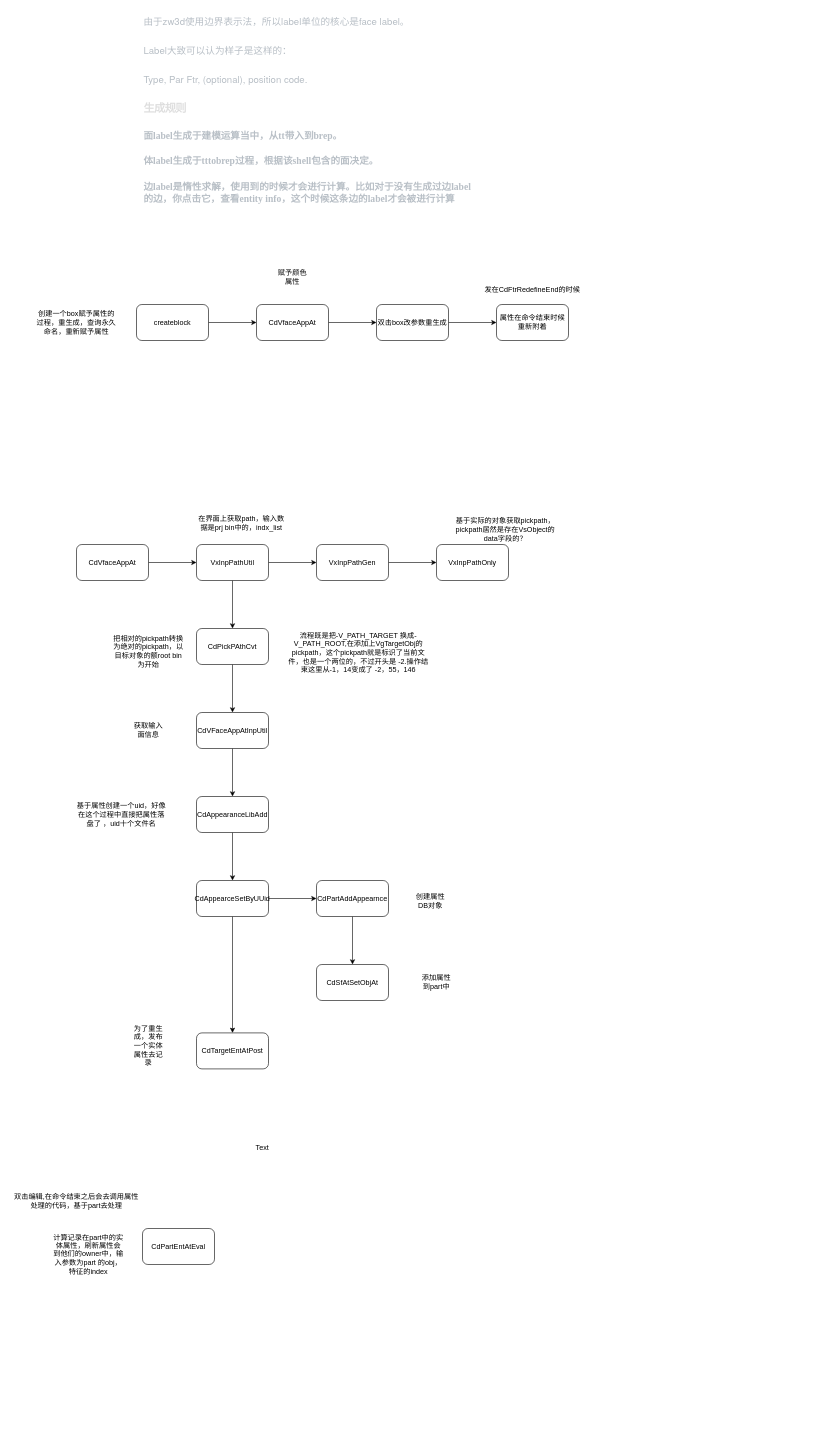
Above: 绘图记录/永久命名.drawio in studyrohan/BSpline_learn (draw.io), before the change. Source tidied: cells renumbered, new cells numbered last; positions are measured from the earlier drawing's top-left corner, leaving out a move shared by most shapes. Both pictures are drawn from the tidied source at 60%, with x=0, y=0 at pixel (10, 10).
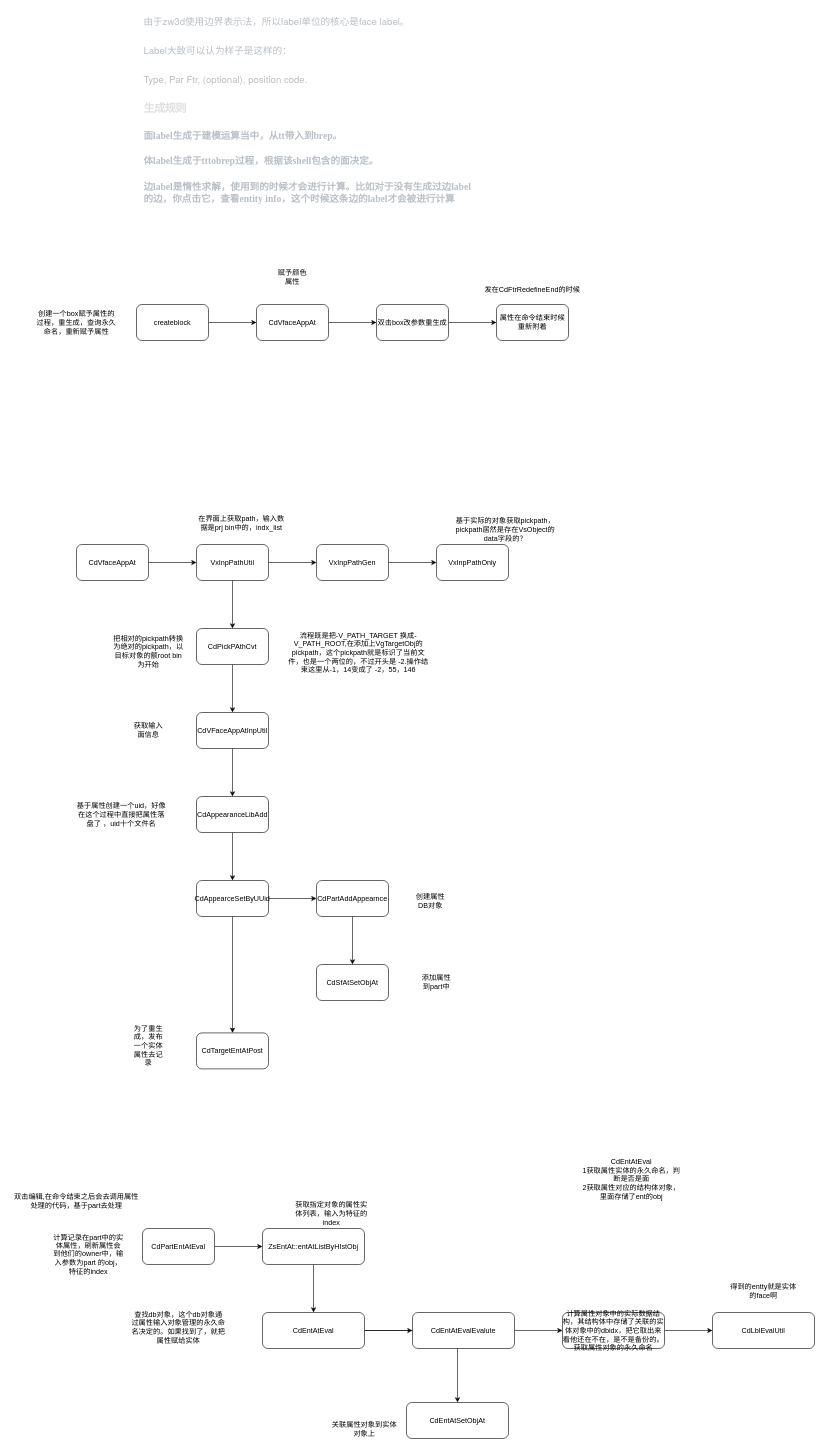
Above is the later version.

Commit message (it also covers changes not shown here):
更新永久命名.drawio

Unchanged cells that the change refers to:
```xml
<mxCell id="44" value="CdPartEntAtEval" style="rounded=1;whiteSpace=wrap;html=1;" parent="1" vertex="1">
  <mxGeometry x="220" y="2030" width="120" height="60" as="geometry" />
</mxCell>
```

Diff of the diagram source:
```diff
@@
+    <mxCell id="47" style="edgeStyle=orthogonalEdgeStyle;rounded=0;jettySize=auto;html=1;" parent="1" edge="1" source="44" target="49">
+      <mxGeometry relative="1" as="geometry" />
+    </mxCell>
@@
-    <mxCell id="45" value="Text" style="text;html=1;align=center;verticalAlign=middle;whiteSpace=wrap;rounded=0;" parent="1" vertex="1">
-      <mxGeometry x="390" y="1880" width="60" height="30" as="geometry" />
-    </mxCell>
@@
+    <mxCell id="48" style="edgeStyle=orthogonalEdgeStyle;rounded=0;jettySize=auto;html=1;" parent="1" edge="1" source="49" target="53">
+      <mxGeometry relative="1" as="geometry" />
+    </mxCell>
+    <mxCell id="49" value="ZsEntAt::entAtListByHIstObj" style="rounded=1;whiteSpace=wrap;html=1;" parent="1" vertex="1">
+      <mxGeometry x="420" y="2030" width="170" height="60" as="geometry" />
+    </mxCell>
+    <mxCell id="50" value="获取指定对象的属性实体列表，输入为特征的index" style="text;html=1;align=center;verticalAlign=middle;whiteSpace=wrap;rounded=0;" parent="1" vertex="1">
+      <mxGeometry x="470" y="1990" width="130" height="30" as="geometry" />
+    </mxCell>
+    <mxCell id="51" style="edgeStyle=orthogonalEdgeStyle;rounded=0;jettySize=auto;html=1;" parent="1" edge="1" source="53" target="57">
+      <mxGeometry relative="1" as="geometry" />
+    </mxCell>
+    <mxCell id="52" style="edgeStyle=orthogonalEdgeStyle;rounded=0;jettySize=auto;html=1;" parent="1" edge="1" source="53" target="58">
+      <mxGeometry relative="1" as="geometry" />
+    </mxCell>
+    <mxCell id="53" value="CdEntAtEval" style="rounded=1;whiteSpace=wrap;html=1;" parent="1" vertex="1">
+      <mxGeometry x="420" y="2170" width="170" height="60" as="geometry" />
+    </mxCell>
+    <mxCell id="54" value="查找db对象，这个db对象通过属性输入对象管理的永久命名决定的。如果找到了，就把属性赋给实体" style="text;html=1;align=center;verticalAlign=middle;whiteSpace=wrap;rounded=0;" parent="1" vertex="1">
+      <mxGeometry x="200" y="2180" width="160" height="30" as="geometry" />
+    </mxCell>
+    <mxCell id="55" value="CdEntAtEval&lt;div&gt;1获取属性实体的永久命名，判断是否是面&lt;/div&gt;&lt;div&gt;2获取属性对应的结构体对象，里面存储了ent的obj&lt;/div&gt;&lt;div&gt;&lt;br&gt;&lt;/div&gt;" style="text;html=1;align=center;verticalAlign=middle;whiteSpace=wrap;rounded=0;" parent="1" vertex="1">
+      <mxGeometry x="950" y="1900" width="170" height="110" as="geometry" />
+    </mxCell>
+    <mxCell id="56" style="edgeStyle=orthogonalEdgeStyle;rounded=0;jettySize=auto;html=1;" parent="1" edge="1" source="57" target="61">
+      <mxGeometry relative="1" as="geometry" />
+    </mxCell>
+    <mxCell id="57" value="CdEntAtEvalEvalute" style="rounded=1;whiteSpace=wrap;html=1;" parent="1" vertex="1">
+      <mxGeometry x="670" y="2170" width="170" height="60" as="geometry" />
+    </mxCell>
+    <mxCell id="58" value="CdEntAtSetObjAt" style="rounded=1;whiteSpace=wrap;html=1;" parent="1" vertex="1">
+      <mxGeometry x="660" y="2320" width="170" height="60" as="geometry" />
+    </mxCell>
+    <mxCell id="59" value="关联属性对象到实体对象上" style="text;html=1;align=center;verticalAlign=middle;whiteSpace=wrap;rounded=0;" parent="1" vertex="1">
+      <mxGeometry x="530" y="2350" width="120" height="30" as="geometry" />
+    </mxCell>
+    <mxCell id="60" style="edgeStyle=orthogonalEdgeStyle;rounded=0;jettySize=auto;html=1;" parent="1" edge="1" source="61" target="62">
+      <mxGeometry relative="1" as="geometry" />
+    </mxCell>
+    <mxCell id="61" value="计算属性对象中的实际数据结构，其结构体中存储了关联的实体对象中的dbidx，把它取出来看他还在不在，是不是备份的。&lt;div&gt;获取属性对象的永久命名&lt;/div&gt;" style="rounded=1;whiteSpace=wrap;html=1;" parent="1" vertex="1">
+      <mxGeometry x="920" y="2170" width="170" height="60" as="geometry" />
+    </mxCell>
+    <mxCell id="62" value="CdLblEvalUtil" style="rounded=1;whiteSpace=wrap;html=1;" parent="1" vertex="1">
+      <mxGeometry x="1170" y="2170" width="170" height="60" as="geometry" />
+    </mxCell>
+    <mxCell id="63" value="得到的entty就是实体的face啊" style="text;html=1;align=center;verticalAlign=middle;whiteSpace=wrap;rounded=0;" parent="1" vertex="1">
+      <mxGeometry x="1195" y="2120" width="120" height="30" as="geometry" />
+    </mxCell>
```
